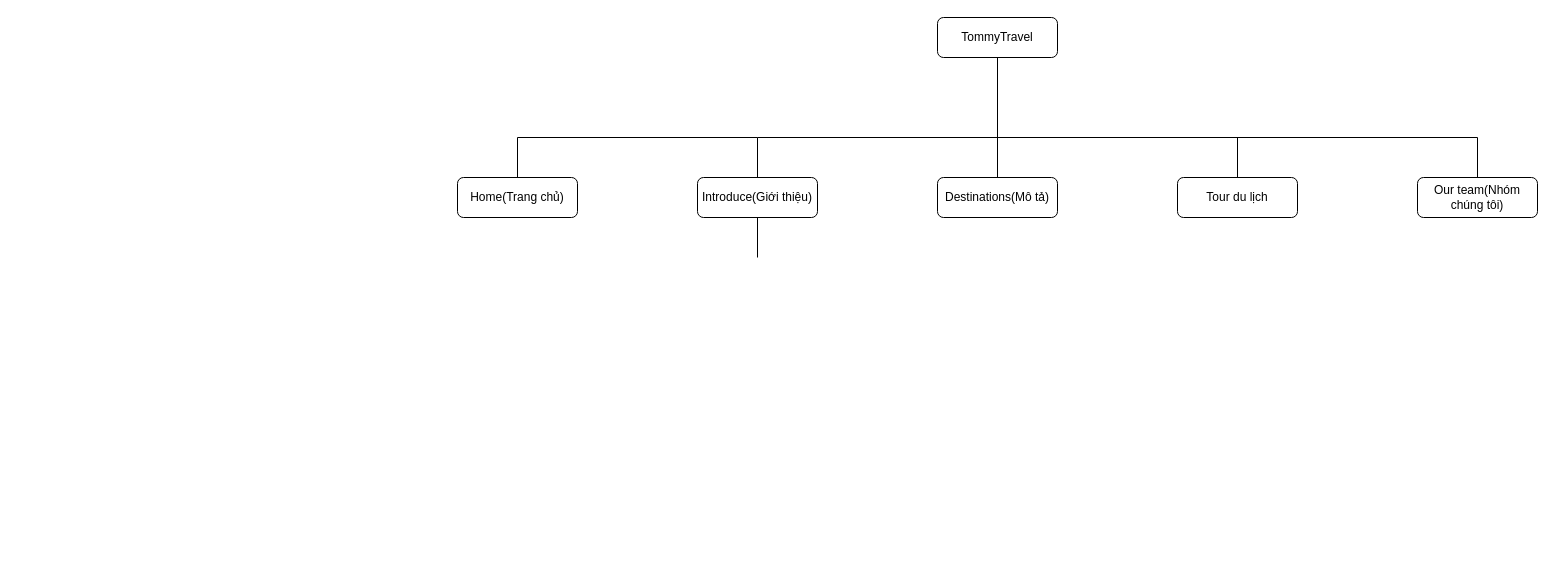
Earlier version of the draw.io diagram design.drawio (binhcoder1709/webtravel). Source tidied: cells renumbered, new cells numbered last; positions are measured from the earlier drawing's top-left corner, leaving out a move shared by most shapes. Both pictures are drawn from the tidied source at 100%, with x=0, y=0 at pixel (457, 17).
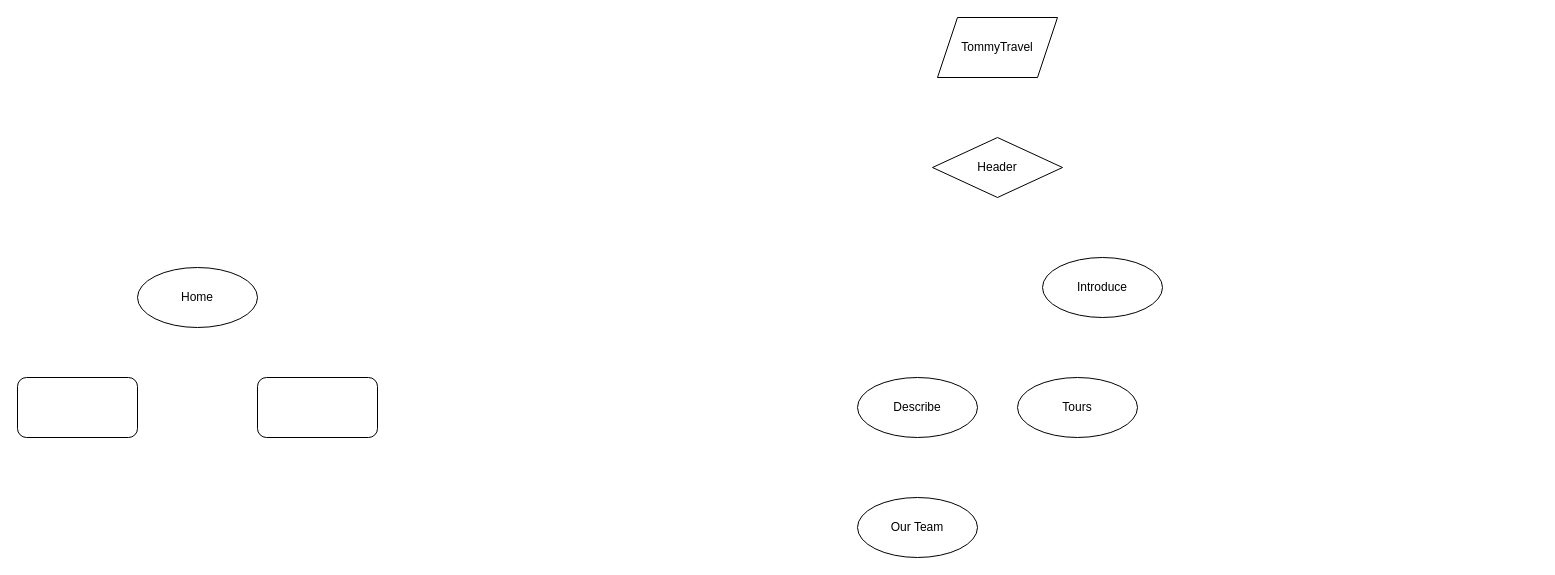
The same diagram, later.

The edit, as a diff of the source:
```diff
@@
-    <mxCell id="2" value="TommyTravel" style="rounded=1;whiteSpace=wrap;html=1;" parent="1" vertex="1">
-      <mxGeometry x="480" width="120" height="40" as="geometry" />
+    <mxCell id="2" value="TommyTravel" style="shape=parallelogram;perimeter=parallelogramPerimeter;whiteSpace=wrap;html=1;fixedSize=1;" parent="1" vertex="1">
+      <mxGeometry x="480" width="120" height="60" as="geometry" />
     </mxCell>
-    <mxCell id="3" style="endArrow=none;html=1;" parent="1" edge="1">
-      <mxGeometry relative="1" as="geometry">
-        <mxPoint x="60" y="120" as="sourcePoint" />
-        <mxPoint x="300" y="120" as="targetPoint" />
-      </mxGeometry>
-    </mxCell>
-    <mxCell id="4" style="endArrow=none;html=1;exitX=0.5;exitY=0;exitDx=0;exitDy=0;" parent="1" edge="1" source="8">
-      <mxGeometry relative="1" as="geometry">
-        <mxPoint x="60" y="120" as="targetPoint" />
-      </mxGeometry>
-    </mxCell>
-    <mxCell id="5" style="endArrow=none;html=1;" parent="1" edge="1">
-      <mxGeometry relative="1" as="geometry">
-        <mxPoint x="300" y="160" as="sourcePoint" />
-        <mxPoint x="300" y="120" as="targetPoint" />
-      </mxGeometry>
-    </mxCell>
-    <mxCell id="6" style="endArrow=none;html=1;" parent="1" edge="1">
-      <mxGeometry relative="1" as="geometry">
-        <mxPoint x="1020" y="120" as="sourcePoint" />
-        <mxPoint x="300" y="120" as="targetPoint" />
-      </mxGeometry>
-    </mxCell>
-    <mxCell id="7" style="endArrow=none;html=1;exitX=0.5;exitY=0;exitDx=0;exitDy=0;" parent="1" edge="1" source="11">
-      <mxGeometry relative="1" as="geometry">
-        <mxPoint x="540" y="120" as="targetPoint" />
-      </mxGeometry>
-    </mxCell>
-    <mxCell id="8" value="Home(Trang chủ)" style="rounded=1;whiteSpace=wrap;html=1;" parent="1" vertex="1">
-      <mxGeometry y="160" width="120" height="40" as="geometry" />
-    </mxCell>
-    <mxCell id="9" value="Introduce(Giới thiệu)" style="rounded=1;whiteSpace=wrap;html=1;" parent="1" vertex="1">
-      <mxGeometry x="240" y="160" width="120" height="40" as="geometry" />
-    </mxCell>
-    <mxCell id="10" style="edgeStyle=none;html=1;exitX=0;exitY=0;exitDx=0;exitDy=0;" parent="1" edge="1" source="11">
-      <mxGeometry relative="1" as="geometry">
-        <mxPoint x="479.7" y="160.2" as="targetPoint" />
-      </mxGeometry>
-    </mxCell>
-    <mxCell id="11" value="Destinations(Mô tả)" style="rounded=1;whiteSpace=wrap;html=1;" parent="1" vertex="1">
-      <mxGeometry x="480" y="160" width="120" height="40" as="geometry" />
-    </mxCell>
-    <mxCell id="12" style="endArrow=none;html=1;" parent="1" edge="1">
-      <mxGeometry relative="1" as="geometry">
-        <mxPoint x="780" y="160" as="sourcePoint" />
-        <mxPoint x="780" y="120" as="targetPoint" />
-      </mxGeometry>
-    </mxCell>
-    <mxCell id="13" value="Tour du lịch" style="rounded=1;whiteSpace=wrap;html=1;" parent="1" vertex="1">
-      <mxGeometry x="720" y="160" width="120" height="40" as="geometry" />
-    </mxCell>
-    <mxCell id="14" style="endArrow=none;html=1;" parent="1" edge="1">
-      <mxGeometry relative="1" as="geometry">
-        <mxPoint x="1020" y="120" as="sourcePoint" />
-        <mxPoint x="1020" y="160" as="targetPoint" />
-      </mxGeometry>
-    </mxCell>
-    <mxCell id="15" value="Our team(Nhóm chúng tôi)" style="rounded=1;whiteSpace=wrap;html=1;" parent="1" vertex="1">
-      <mxGeometry x="960" y="160" width="120" height="40" as="geometry" />
-    </mxCell>
-    <mxCell id="16" style="endArrow=none;html=1;entryX=0.5;entryY=1;entryDx=0;entryDy=0;" parent="1" edge="1" target="2">
-      <mxGeometry relative="1" as="geometry">
-        <mxPoint x="540" y="120" as="sourcePoint" />
-      </mxGeometry>
-    </mxCell>
-    <mxCell id="17" style="endArrow=none;html=1;" parent="1" edge="1">
-      <mxGeometry relative="1" as="geometry">
-        <mxPoint x="300" y="240" as="sourcePoint" />
-        <mxPoint x="300" y="200" as="targetPoint" />
-      </mxGeometry>
-    </mxCell>
+    <mxCell id="18" value="Header" style="rhombus;whiteSpace=wrap;html=1;" parent="1" vertex="1">
+      <mxGeometry x="475" y="120" width="130" height="60" as="geometry" />
+    </mxCell>
+    <mxCell id="19" value="Home" style="ellipse;whiteSpace=wrap;html=1;" parent="1" vertex="1">
+      <mxGeometry x="-320" y="250" width="120" height="60" as="geometry" />
+    </mxCell>
+    <mxCell id="20" value="Introduce" style="ellipse;whiteSpace=wrap;html=1;" parent="1" vertex="1">
+      <mxGeometry x="585" y="240" width="120" height="60" as="geometry" />
+    </mxCell>
+    <mxCell id="21" value="Describe" style="ellipse;whiteSpace=wrap;html=1;" parent="1" vertex="1">
+      <mxGeometry x="400" y="360" width="120" height="60" as="geometry" />
+    </mxCell>
+    <mxCell id="22" value="Tours" style="ellipse;whiteSpace=wrap;html=1;" parent="1" vertex="1">
+      <mxGeometry x="560" y="360" width="120" height="60" as="geometry" />
+    </mxCell>
+    <mxCell id="23" value="Our Team" style="ellipse;whiteSpace=wrap;html=1;" parent="1" vertex="1">
+      <mxGeometry x="400" y="480" width="120" height="60" as="geometry" />
+    </mxCell>
+    <mxCell id="24" style="rounded=1;whiteSpace=wrap;html=1;" parent="1" vertex="1">
+      <mxGeometry x="-440" y="360" width="120" height="60" as="geometry" />
+    </mxCell>
+    <mxCell id="25" style="rounded=1;whiteSpace=wrap;html=1;" parent="1" vertex="1">
+      <mxGeometry x="-200" y="360" width="120" height="60" as="geometry" />
+    </mxCell>
```
